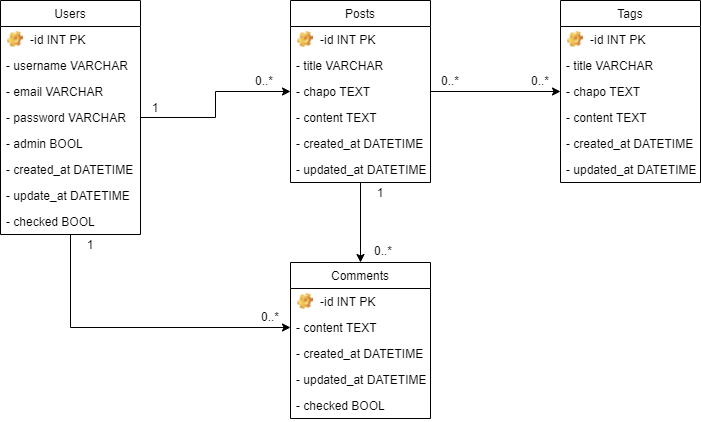
Before: diagrammes/class/diagrame_de_classes.png, a diagram exported from draw.io (gnut06300/myApp). Source tidied: cells renumbered, new cells last; positions are measured from the earlier drawing's top-left corner, leaving out a move shared by most shapes.
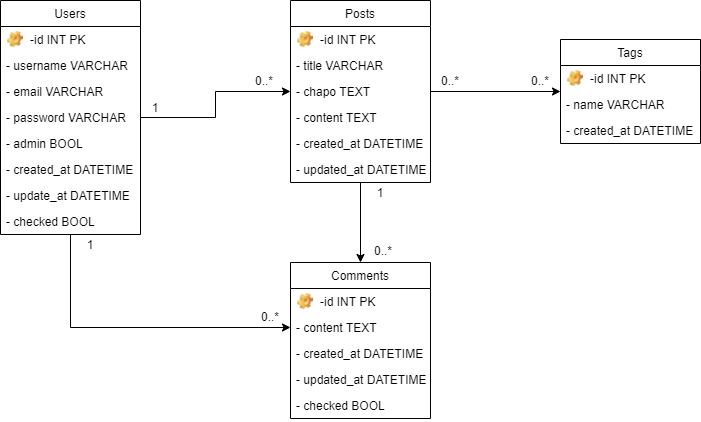
After the change.

Commit message:
diagramme of classes

Change to the diagram source:
```diff
@@ -74,26 +74,17 @@
       <mxGeometry x="244" y="70" width="40" height="20" as="geometry" />
     </mxCell>
     <mxCell id="24" value="Tags" style="swimlane;fontStyle=0;horizontal=1;startSize=26;fillColor=none;" parent="1" vertex="1">
-      <mxGeometry x="560" width="140" height="182" as="geometry" />
+      <mxGeometry x="560" y="39" width="140" height="104" as="geometry" />
     </mxCell>
     <mxCell id="25" value="-id INT PK" style="label;fontStyle=0;strokeColor=none;fillColor=none;align=left;verticalAlign=top;overflow=hidden;spacingLeft=28;spacingRight=4;imageWidth=16;imageHeight=16;image=img/clipart/Gear_128x128.png;" parent="24" vertex="1">
       <mxGeometry y="26" width="140" height="26" as="geometry" />
     </mxCell>
-    <mxCell id="26" value="- title VARCHAR" style="text;strokeColor=none;fillColor=none;align=left;verticalAlign=top;spacingLeft=4;spacingRight=4;overflow=hidden;" parent="24" vertex="1">
+    <mxCell id="26" value="- name VARCHAR" style="text;strokeColor=none;fillColor=none;align=left;verticalAlign=top;spacingLeft=4;spacingRight=4;overflow=hidden;" parent="24" vertex="1">
       <mxGeometry y="52" width="140" height="26" as="geometry" />
     </mxCell>
-    <mxCell id="27" value="- chapo TEXT" style="text;strokeColor=none;fillColor=none;align=left;verticalAlign=top;spacingLeft=4;spacingRight=4;overflow=hidden;" parent="24" vertex="1">
-      <mxGeometry y="78" width="140" height="26" as="geometry" />
-    </mxCell>
-    <mxCell id="28" value="- content TEXT" style="text;strokeColor=none;fillColor=none;align=left;verticalAlign=top;spacingLeft=4;spacingRight=4;overflow=hidden;" parent="24" vertex="1">
-      <mxGeometry y="104" width="140" height="26" as="geometry" />
-    </mxCell>
     <mxCell id="29" value="- created_at DATETIME" style="text;strokeColor=none;fillColor=none;align=left;verticalAlign=top;spacingLeft=4;spacingRight=4;overflow=hidden;" parent="24" vertex="1">
-      <mxGeometry y="130" width="140" height="26" as="geometry" />
+      <mxGeometry y="78" width="140" height="26" as="geometry" />
     </mxCell>
-    <mxCell id="30" value="- updated_at DATETIME" style="text;strokeColor=none;fillColor=none;align=left;verticalAlign=top;spacingLeft=4;spacingRight=4;overflow=hidden;" parent="24" vertex="1">
-      <mxGeometry y="156" width="140" height="26" as="geometry" />
-    </mxCell>
     <mxCell id="31" value="0..*" style="text;html=1;strokeColor=none;fillColor=none;align=center;verticalAlign=middle;whiteSpace=wrap;rounded=0;" parent="1" vertex="1">
       <mxGeometry x="430" y="70" width="40" height="20" as="geometry" />
     </mxCell>
```
